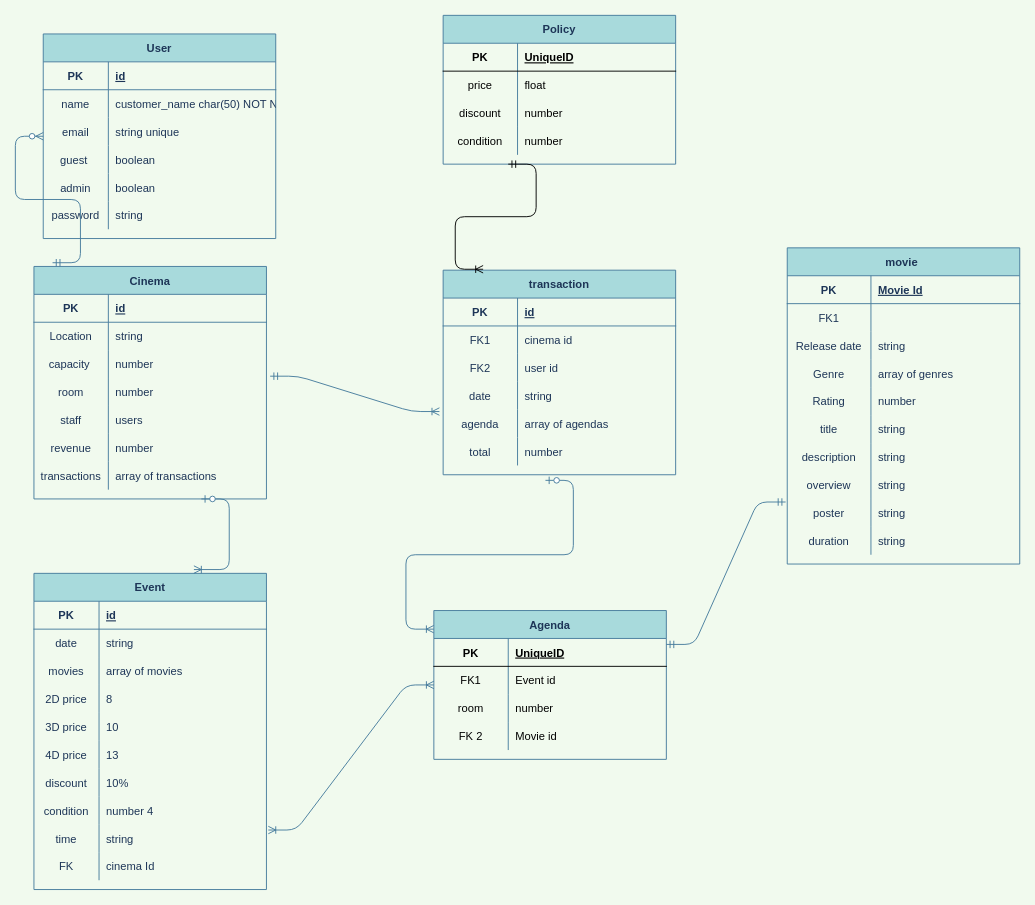
ultrahumus9000/boolean-uk-solo-project-server keeps this draw.io diagram as page "Page-1" (1 of 2) of src/cinema.drawio. Above is the earlier version. Source tidied: cells renumbered, new cells numbered last; positions are measured from the earlier drawing's top-left corner, leaving out a move shared by most shapes. Both pictures are drawn from the tidied source at 93%, with x=0, y=0 at pixel (33, 15).
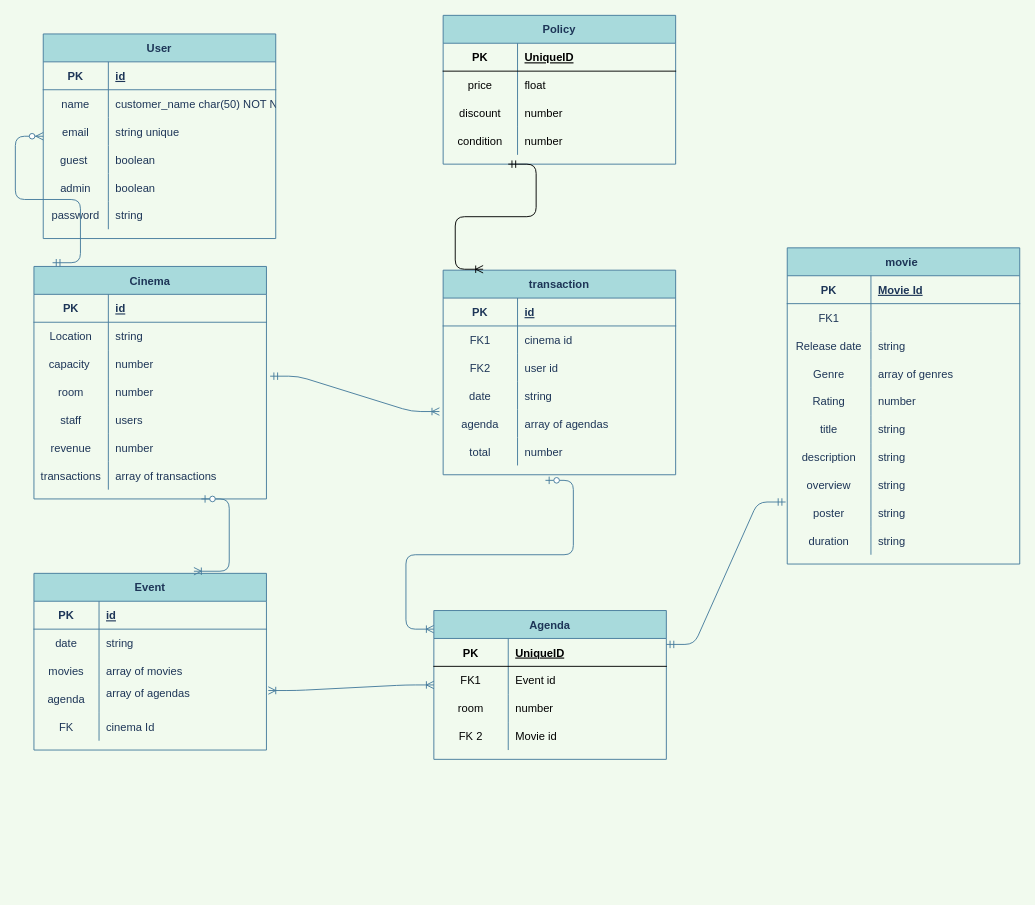
Above is the later version.

Change to the diagram source:
```diff
@@
     <mxCell id="71" value="Event" style="shape=table;startSize=30;childLayout=tableLayout;rowLines=0;fontStyle=1;align=center;fillColor=#A8DADC;strokeColor=#457B9D;fontColor=#1D3557;" parent="1" vertex="1">
-      <mxGeometry y="600" width="250" height="340" as="geometry" />
+      <mxGeometry y="600" width="250" height="190" as="geometry" />
     </mxCell>
@@
-    <mxCell id="81" style="shape=partialRectangle;fillColor=none;top=0;left=0;right=0;bottom=0;strokeColor=#457B9D;fontColor=#1D3557;" parent="71" vertex="1">
-      <mxGeometry y="120" width="250" height="30" as="geometry" />
-    </mxCell>
-    <mxCell id="82" value="2D price" style="shape=partialRectangle;overflow=hidden;fillColor=none;top=0;left=0;bottom=0;right=0;strokeColor=#457B9D;fontColor=#1D3557;" parent="81" vertex="1">
-      <mxGeometry width="70" height="30" as="geometry" />
-    </mxCell>
-    <mxCell id="83" value="8" style="shape=partialRectangle;overflow=hidden;fillColor=none;top=0;left=0;bottom=0;right=0;align=left;spacingLeft=6;strokeColor=#457B9D;fontColor=#1D3557;" parent="81" vertex="1">
-      <mxGeometry x="70" width="180" height="30" as="geometry" />
-    </mxCell>
-    <mxCell id="84" style="shape=partialRectangle;fillColor=none;top=0;left=0;right=0;bottom=0;strokeColor=#457B9D;fontColor=#1D3557;" parent="71" vertex="1">
-      <mxGeometry y="150" width="250" height="30" as="geometry" />
-    </mxCell>
-    <mxCell id="85" value="3D price" style="shape=partialRectangle;overflow=hidden;fillColor=none;top=0;left=0;bottom=0;right=0;strokeColor=#457B9D;fontColor=#1D3557;" parent="84" vertex="1">
-      <mxGeometry width="70" height="30" as="geometry" />
-    </mxCell>
-    <mxCell id="86" value="10" style="shape=partialRectangle;overflow=hidden;fillColor=none;top=0;left=0;bottom=0;right=0;align=left;spacingLeft=6;strokeColor=#457B9D;fontColor=#1D3557;" parent="84" vertex="1">
-      <mxGeometry x="70" width="180" height="30" as="geometry" />
-    </mxCell>
-    <mxCell id="87" style="shape=partialRectangle;fillColor=none;top=0;left=0;right=0;bottom=0;strokeColor=#457B9D;fontColor=#1D3557;" parent="71" vertex="1">
-      <mxGeometry y="180" width="250" height="30" as="geometry" />
-    </mxCell>
-    <mxCell id="88" value="4D price" style="shape=partialRectangle;overflow=hidden;fillColor=none;top=0;left=0;bottom=0;right=0;strokeColor=#457B9D;fontColor=#1D3557;" parent="87" vertex="1">
-      <mxGeometry width="70" height="30" as="geometry" />
-    </mxCell>
-    <mxCell id="89" value="13" style="shape=partialRectangle;overflow=hidden;fillColor=none;top=0;left=0;bottom=0;right=0;align=left;spacingLeft=6;strokeColor=#457B9D;fontColor=#1D3557;" parent="87" vertex="1">
-      <mxGeometry x="70" width="180" height="30" as="geometry" />
-    </mxCell>
-    <mxCell id="90" style="shape=partialRectangle;fillColor=none;top=0;left=0;right=0;bottom=0;strokeColor=#457B9D;fontColor=#1D3557;" parent="71" vertex="1">
-      <mxGeometry y="210" width="250" height="30" as="geometry" />
-    </mxCell>
-    <mxCell id="91" value="discount" style="shape=partialRectangle;overflow=hidden;fillColor=none;top=0;left=0;bottom=0;right=0;strokeColor=#457B9D;fontColor=#1D3557;" parent="90" vertex="1">
-      <mxGeometry width="70" height="30" as="geometry" />
-    </mxCell>
-    <mxCell id="92" value="10%" style="shape=partialRectangle;overflow=hidden;fillColor=none;top=0;left=0;bottom=0;right=0;align=left;spacingLeft=6;strokeColor=#457B9D;fontColor=#1D3557;" parent="90" vertex="1">
-      <mxGeometry x="70" width="180" height="30" as="geometry" />
-    </mxCell>
-    <mxCell id="93" style="shape=partialRectangle;fillColor=none;top=0;left=0;right=0;bottom=0;strokeColor=#457B9D;fontColor=#1D3557;" parent="71" vertex="1">
-      <mxGeometry y="240" width="250" height="30" as="geometry" />
-    </mxCell>
-    <mxCell id="94" value="condition" style="shape=partialRectangle;overflow=hidden;fillColor=none;top=0;left=0;bottom=0;right=0;strokeColor=#457B9D;fontColor=#1D3557;" parent="93" vertex="1">
-      <mxGeometry width="70" height="30" as="geometry" />
-    </mxCell>
-    <mxCell id="95" value="number 4" style="shape=partialRectangle;overflow=hidden;fillColor=none;top=0;left=0;bottom=0;right=0;align=left;spacingLeft=6;strokeColor=#457B9D;fontColor=#1D3557;" parent="93" vertex="1">
-      <mxGeometry x="70" width="180" height="30" as="geometry" />
-    </mxCell>
     <mxCell id="96" style="shape=partialRectangle;fillColor=none;points=[[0,0.5],[1,0.5]];portConstraint=eastwest;top=0;left=0;right=0;bottom=0;strokeColor=#457B9D;fontColor=#1D3557;" parent="71" vertex="1">
-      <mxGeometry y="270" width="250" height="30" as="geometry" />
+      <mxGeometry y="120" width="250" height="30" as="geometry" />
     </mxCell>
-    <mxCell id="97" value="time" style="shape=partialRectangle;overflow=hidden;fillColor=none;top=0;left=0;bottom=0;right=0;strokeColor=#457B9D;fontColor=#1D3557;" parent="96" vertex="1">
+    <mxCell id="97" value="agenda" style="shape=partialRectangle;overflow=hidden;fillColor=none;top=0;left=0;bottom=0;right=0;strokeColor=#457B9D;fontColor=#1D3557;" parent="96" vertex="1">
       <mxGeometry width="70" height="30" as="geometry" />
     </mxCell>
-    <mxCell id="98" value="string" style="shape=partialRectangle;overflow=hidden;fillColor=none;top=0;left=0;bottom=0;right=0;align=left;spacingLeft=6;strokeColor=#457B9D;fontColor=#1D3557;" parent="96" vertex="1">
+    <mxCell id="98" value="array of agendas&#10;" style="shape=partialRectangle;overflow=hidden;fillColor=none;top=0;left=0;bottom=0;right=0;align=left;spacingLeft=6;strokeColor=#457B9D;fontColor=#1D3557;" parent="96" vertex="1">
       <mxGeometry x="70" width="180" height="30" as="geometry" />
     </mxCell>
     <mxCell id="99" style="shape=partialRectangle;fillColor=none;top=0;left=0;right=0;bottom=0;strokeColor=#457B9D;fontColor=#1D3557;" parent="71" vertex="1">
-      <mxGeometry y="300" width="250" height="30" as="geometry" />
+      <mxGeometry y="150" width="250" height="30" as="geometry" />
     </mxCell>
```
